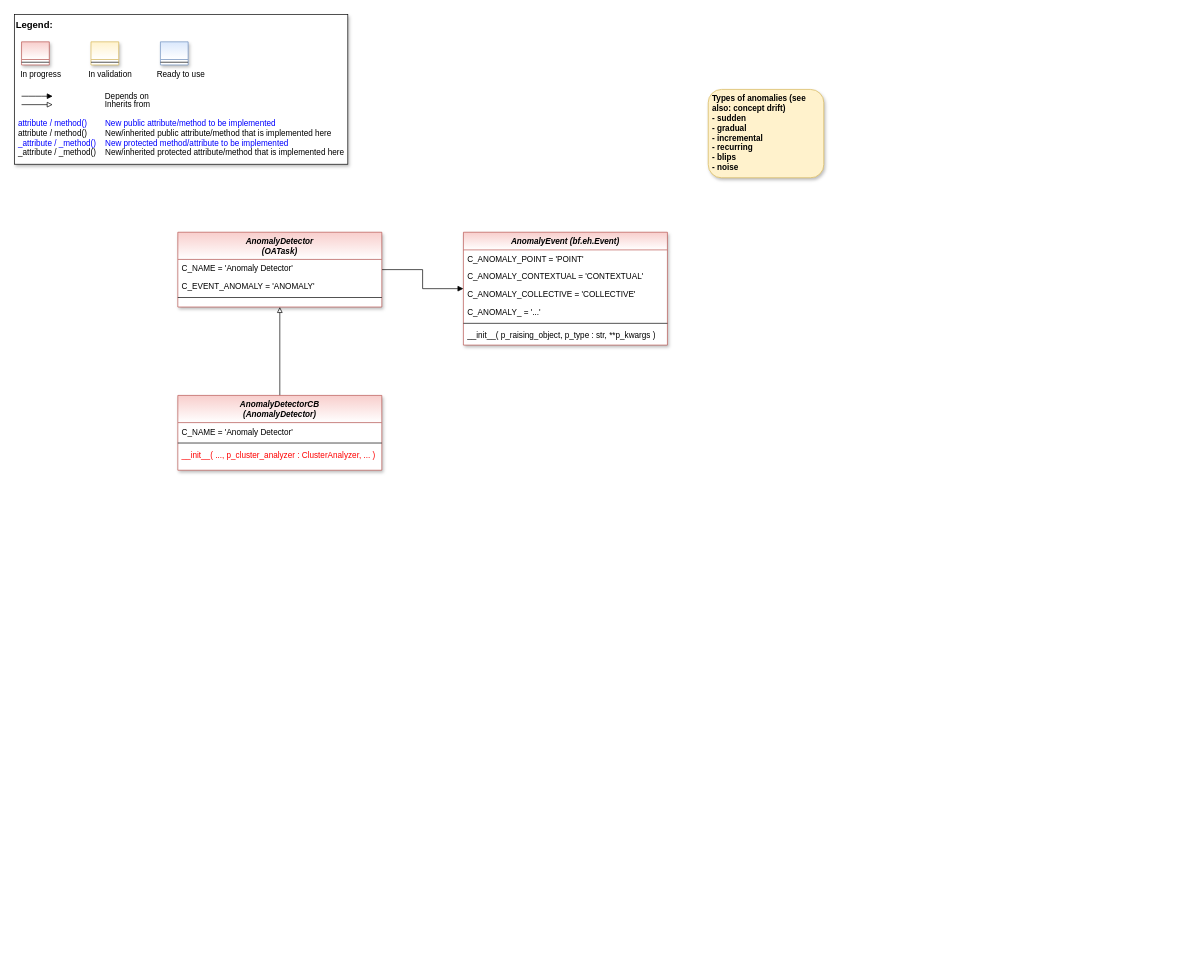
Above: doc/rtd/content/04_appendices/appendix2/sub/core/mlpro_oa/streams/tasks/images/MLPro-OA_Anomaly_Detectors_class_diagram.drawio in fhswf/MLPro (draw.io), before the change. Source tidied: cells renumbered, new cells numbered last; positions are measured from the earlier drawing's top-left corner, leaving out a move shared by most shapes. Both pictures are drawn from the tidied source at 68%, with x=0, y=0 at pixel (14, 14).
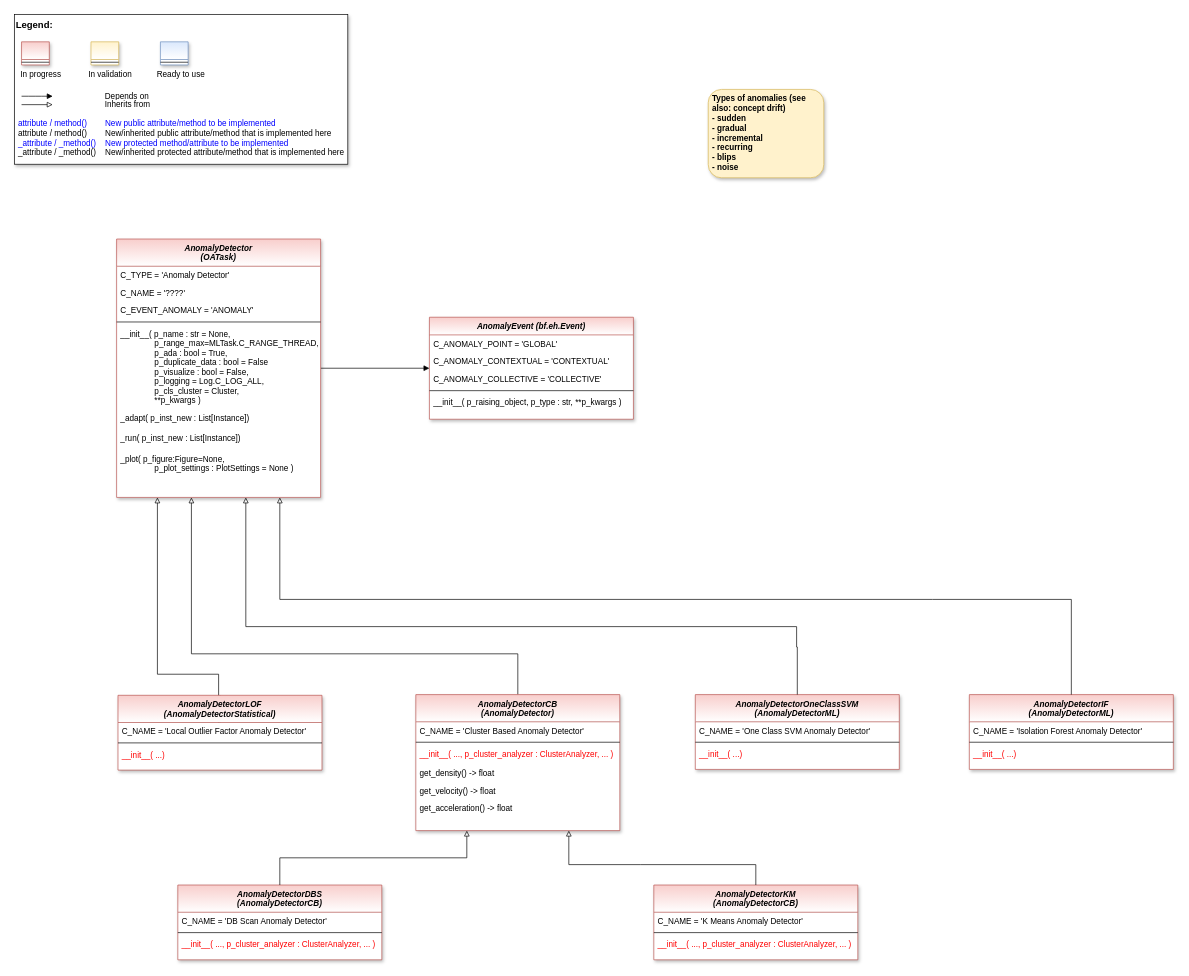
The same diagram, later.

Commit message (it also covers changes not shown here):
OA-Task: AnomalyDetector #520

What changed in the source:
```diff
@@
+    <mxCell id="29" value="Types of anomalies (see also: concept drift)&lt;br&gt;- sudden&lt;br&gt;- gradual&lt;br&gt;- incremental&lt;br&gt;- recurring&amp;nbsp;&lt;br&gt;- blips&lt;br&gt;- noise" style="rounded=1;whiteSpace=wrap;html=1;shadow=1;fillColor=#fff2cc;strokeColor=#d6b656;fontStyle=1;align=left;verticalAlign=top;spacingLeft=4;" parent="1" vertex="1">
+      <mxGeometry x="1020" y="110" width="170" height="130" as="geometry" />
+    </mxCell>
@@
     <mxCell id="13" value="AnomalyDetector&#10;(OATask)" style="swimlane;fontStyle=3;align=center;verticalAlign=top;horizontal=1;startSize=40;rounded=0;shadow=1;strokeWidth=1;fillColor=#f8cecc;strokeColor=#b85450;swimlaneFillColor=#ffffff;gradientColor=#ffffff;" parent="1" vertex="1">
-      <mxGeometry x="240" y="320" width="300" height="110" as="geometry" />
+      <mxGeometry x="150" y="330" width="300" height="380" as="geometry" />
     </mxCell>
-    <mxCell id="14" value="C_NAME = 'Anomaly Detector'" style="text;align=left;verticalAlign=top;spacingLeft=4;spacingRight=4;overflow=hidden;fontColor=default;" parent="13" vertex="1">
-      <mxGeometry y="40" width="300" height="26" as="geometry" />
-    </mxCell>
+    <mxCell id="30" value="C_TYPE = 'Anomaly Detector'" style="text;align=left;verticalAlign=top;spacingLeft=4;spacingRight=4;overflow=hidden;fontColor=default;" parent="13" vertex="1">
+      <mxGeometry y="40" width="300" height="26" as="geometry" />
+    </mxCell>
+    <mxCell id="31" value="C_NAME = '????'" style="text;align=left;verticalAlign=top;spacingLeft=4;spacingRight=4;overflow=hidden;fontColor=default;" parent="13" vertex="1">
+      <mxGeometry y="66" width="300" height="26" as="geometry" />
+    </mxCell>
     <mxCell id="15" value="C_EVENT_ANOMALY = 'ANOMALY'" style="text;align=left;verticalAlign=top;spacingLeft=4;spacingRight=4;overflow=hidden;fontColor=default;" parent="13" vertex="1">
-      <mxGeometry y="66" width="300" height="26" as="geometry" />
+      <mxGeometry y="92" width="300" height="26" as="geometry" />
     </mxCell>
-    <mxCell id="16" style="line;html=1;strokeWidth=1;align=left;verticalAlign=middle;spacingTop=-1;spacingLeft=3;spacingRight=3;labelPosition=right;" parent="13" vertex="1">
-      <mxGeometry y="92" width="300" height="8" as="geometry" />
-    </mxCell>
+    <mxCell id="32" style="line;html=1;strokeWidth=1;align=left;verticalAlign=middle;spacingTop=-1;spacingLeft=3;spacingRight=3;labelPosition=right;" parent="13" vertex="1">
+      <mxGeometry y="118" width="300" height="8" as="geometry" />
+    </mxCell>
+    <mxCell id="33" value="__init__( p_name : str = None,&#10;               p_range_max=MLTask.C_RANGE_THREAD,&#10;               p_ada : bool = True,&#10;               p_duplicate_data : bool = False&#10;               p_visualize : bool = False,&#10;               p_logging = Log.C_LOG_ALL,&#10;               p_cls_cluster = Cluster,&#10;               **p_kwargs )" style="text;align=left;verticalAlign=top;spacingLeft=4;spacingRight=4;overflow=hidden;fontColor=default;" parent="13" vertex="1">
+      <mxGeometry y="126" width="300" height="124" as="geometry" />
+    </mxCell>
+    <mxCell id="34" value="_adapt( p_inst_new : List[Instance])" style="text;align=left;verticalAlign=top;spacingLeft=4;spacingRight=4;overflow=hidden;shadow=1;" parent="13" vertex="1">
+      <mxGeometry y="250" width="300" height="30" as="geometry" />
+    </mxCell>
+    <mxCell id="35" value="_run( p_inst_new : List[Instance])" style="text;align=left;verticalAlign=top;spacingLeft=4;spacingRight=4;overflow=hidden;shadow=1;" parent="13" vertex="1">
+      <mxGeometry y="280" width="300" height="30" as="geometry" />
+    </mxCell>
+    <mxCell id="36" value="_plot( p_figure:Figure=None, &#10;               p_plot_settings : PlotSettings = None )" style="text;align=left;verticalAlign=top;spacingLeft=4;spacingRight=4;overflow=hidden;fontColor=default;" parent="13" vertex="1">
+      <mxGeometry y="310" width="300" height="40" as="geometry" />
+    </mxCell>
     <mxCell id="17" value="AnomalyEvent (bf.eh.Event)" style="swimlane;fontStyle=3;align=center;verticalAlign=top;horizontal=1;startSize=26;rounded=0;shadow=1;strokeWidth=1;fillColor=#f8cecc;strokeColor=#b85450;swimlaneFillColor=#ffffff;gradientColor=#ffffff;" parent="1" vertex="1">
-      <mxGeometry x="660" y="320" width="300" height="166" as="geometry" />
+      <mxGeometry x="610" y="445" width="300" height="150" as="geometry" />
     </mxCell>
-    <mxCell id="18" value="C_ANOMALY_POINT = 'POINT'" style="text;align=left;verticalAlign=top;spacingLeft=4;spacingRight=4;overflow=hidden;fontColor=default;" parent="17" vertex="1">
-      <mxGeometry y="26" width="300" height="26" as="geometry" />
-    </mxCell>
+    <mxCell id="37" value="C_ANOMALY_POINT = 'GLOBAL'" style="text;align=left;verticalAlign=top;spacingLeft=4;spacingRight=4;overflow=hidden;fontColor=default;" parent="17" vertex="1">
+      <mxGeometry y="26" width="300" height="26" as="geometry" />
+    </mxCell>
@@
-    <mxCell id="21" value="C_ANOMALY_ = '...'" style="text;align=left;verticalAlign=top;spacingLeft=4;spacingRight=4;overflow=hidden;fontColor=default;" parent="17" vertex="1">
-      <mxGeometry y="104" width="300" height="26" as="geometry" />
-    </mxCell>
-    <mxCell id="22" style="line;html=1;strokeWidth=1;align=left;verticalAlign=middle;spacingTop=-1;spacingLeft=3;spacingRight=3;labelPosition=right;" parent="17" vertex="1">
-      <mxGeometry y="130" width="300" height="8" as="geometry" />
-    </mxCell>
+    <mxCell id="38" style="line;html=1;strokeWidth=1;align=left;verticalAlign=middle;spacingTop=-1;spacingLeft=3;spacingRight=3;labelPosition=right;" parent="17" vertex="1">
+      <mxGeometry y="104" width="300" height="8" as="geometry" />
+    </mxCell>
     <mxCell id="23" value="__init__( p_raising_object, p_type : str, **p_kwargs )" style="text;align=left;verticalAlign=top;spacingLeft=4;spacingRight=4;overflow=hidden;" parent="17" vertex="1">
-      <mxGeometry y="138" width="300" height="28" as="geometry" />
+      <mxGeometry y="112" width="300" height="28" as="geometry" />
     </mxCell>
-    <mxCell id="24" style="edgeStyle=orthogonalEdgeStyle;rounded=0;jettySize=auto;html=1;fontColor=#0000FF;endArrow=block;endFill=0;" parent="1" edge="1" source="25" target="13">
-      <mxGeometry relative="1" as="geometry" />
-    </mxCell>
+    <mxCell id="39" style="edgeStyle=orthogonalEdgeStyle;rounded=0;jettySize=auto;html=1;fontColor=#0000FF;endArrow=block;endFill=0;exitX=0.5;exitY=0;exitDx=0;exitDy=0;" parent="1" edge="1" source="25">
+      <mxGeometry relative="1" as="geometry">
+        <mxPoint x="260" y="710" as="targetPoint" />
+        <Array as="points">
+          <mxPoint x="740" y="940" />
+          <mxPoint x="260" y="940" />
+        </Array>
+      </mxGeometry>
+    </mxCell>
     <mxCell id="25" value="AnomalyDetectorCB &#10;(AnomalyDetector)" style="swimlane;fontStyle=3;align=center;verticalAlign=top;horizontal=1;startSize=40;rounded=0;shadow=1;strokeWidth=1;fillColor=#f8cecc;strokeColor=#b85450;swimlaneFillColor=#ffffff;gradientColor=#ffffff;" parent="1" vertex="1">
-      <mxGeometry x="240" y="560" width="300" height="110" as="geometry" />
+      <mxGeometry x="590" y="1000" width="300" height="200" as="geometry" />
     </mxCell>
-    <mxCell id="26" value="C_NAME = 'Anomaly Detector'" style="text;align=left;verticalAlign=top;spacingLeft=4;spacingRight=4;overflow=hidden;fontColor=default;" parent="25" vertex="1">
-      <mxGeometry y="40" width="300" height="26" as="geometry" />
-    </mxCell>
-    <mxCell id="27" style="line;html=1;strokeWidth=1;align=left;verticalAlign=middle;spacingTop=-1;spacingLeft=3;spacingRight=3;labelPosition=right;" parent="25" vertex="1">
-      <mxGeometry y="66" width="300" height="8" as="geometry" />
-    </mxCell>
-    <mxCell id="28" value="__init__( ..., p_cluster_analyzer : ClusterAnalyzer, ... )" style="text;align=left;verticalAlign=top;spacingLeft=4;spacingRight=4;overflow=hidden;fontColor=#FF0000;" parent="25" vertex="1">
-      <mxGeometry y="74" width="300" height="28" as="geometry" />
-    </mxCell>
-    <mxCell id="29" value="Types of anomalies (see also: concept drift)&lt;br&gt;- sudden&lt;br&gt;- gradual&lt;br&gt;- incremental&lt;br&gt;- recurring&amp;nbsp;&lt;br&gt;- blips&lt;br&gt;- noise" style="rounded=1;whiteSpace=wrap;html=1;shadow=1;fillColor=#fff2cc;strokeColor=#d6b656;fontStyle=1;align=left;verticalAlign=top;spacingLeft=4;" parent="1" vertex="1">
-      <mxGeometry x="1020" y="110" width="170" height="130" as="geometry" />
-    </mxCell>
+    <mxCell id="40" value="C_NAME = 'Cluster Based Anomaly Detector'" style="text;align=left;verticalAlign=top;spacingLeft=4;spacingRight=4;overflow=hidden;fontColor=default;" parent="25" vertex="1">
+      <mxGeometry y="40" width="300" height="26" as="geometry" />
+    </mxCell>
+    <mxCell id="41" style="line;html=1;strokeWidth=1;align=left;verticalAlign=middle;spacingTop=-1;spacingLeft=3;spacingRight=3;labelPosition=right;" parent="25" vertex="1">
+      <mxGeometry y="66" width="300" height="8" as="geometry" />
+    </mxCell>
+    <mxCell id="42" value="__init__( ..., p_cluster_analyzer : ClusterAnalyzer, ... )" style="text;align=left;verticalAlign=top;spacingLeft=4;spacingRight=4;overflow=hidden;fontColor=#FF0000;" parent="25" vertex="1">
+      <mxGeometry y="74" width="300" height="28" as="geometry" />
+    </mxCell>
+    <mxCell id="43" value="get_density() -&gt; float" style="text;align=left;verticalAlign=top;spacingLeft=4;spacingRight=4;overflow=hidden;shadow=1;" parent="25" vertex="1">
+      <mxGeometry y="102" width="300" height="26" as="geometry" />
+    </mxCell>
+    <mxCell id="44" value="get_velocity() -&gt; float" style="text;align=left;verticalAlign=top;spacingLeft=4;spacingRight=4;overflow=hidden;shadow=1;" parent="25" vertex="1">
+      <mxGeometry y="128" width="300" height="26" as="geometry" />
+    </mxCell>
+    <mxCell id="45" value="get_acceleration() -&gt; float" style="text;align=left;verticalAlign=top;spacingLeft=4;spacingRight=4;overflow=hidden;shadow=1;" parent="25" vertex="1">
+      <mxGeometry y="154" width="300" height="28" as="geometry" />
+    </mxCell>
+    <mxCell id="46" style="edgeStyle=orthogonalEdgeStyle;rounded=0;jettySize=auto;html=1;fontColor=#0000FF;endArrow=block;endFill=0;exitX=0.5;exitY=0;exitDx=0;exitDy=0;" parent="1" edge="1" source="63">
+      <mxGeometry relative="1" as="geometry">
+        <mxPoint x="210" y="710" as="targetPoint" />
+        <Array as="points">
+          <mxPoint x="300" y="1070" />
+          <mxPoint x="300" y="970" />
+          <mxPoint x="210" y="970" />
+        </Array>
+      </mxGeometry>
+    </mxCell>
+    <mxCell id="47" value="AnomalyDetectorOneClassSVM&#10;(AnomalyDetectorML)" style="swimlane;fontStyle=3;align=center;verticalAlign=top;horizontal=1;startSize=40;rounded=0;shadow=1;strokeWidth=1;fillColor=#f8cecc;strokeColor=#b85450;swimlaneFillColor=#ffffff;gradientColor=#ffffff;" parent="1" vertex="1">
+      <mxGeometry x="1001" y="1000" width="300" height="110" as="geometry" />
+    </mxCell>
+    <mxCell id="48" value="C_NAME = 'One Class SVM Anomaly Detector'" style="text;align=left;verticalAlign=top;spacingLeft=4;spacingRight=4;overflow=hidden;fontColor=default;" parent="47" vertex="1">
+      <mxGeometry y="40" width="300" height="26" as="geometry" />
+    </mxCell>
+    <mxCell id="49" style="line;html=1;strokeWidth=1;align=left;verticalAlign=middle;spacingTop=-1;spacingLeft=3;spacingRight=3;labelPosition=right;" parent="47" vertex="1">
+      <mxGeometry y="66" width="300" height="8" as="geometry" />
+    </mxCell>
+    <mxCell id="50" value="__init__( ...)" style="text;align=left;verticalAlign=top;spacingLeft=4;spacingRight=4;overflow=hidden;fontColor=#FF0000;" parent="47" vertex="1">
+      <mxGeometry y="74" width="300" height="28" as="geometry" />
+    </mxCell>
+    <mxCell id="51" value="AnomalyDetectorIF&#10;(AnomalyDetectorML)" style="swimlane;fontStyle=3;align=center;verticalAlign=top;horizontal=1;startSize=40;rounded=0;shadow=1;strokeWidth=1;fillColor=#f8cecc;strokeColor=#b85450;swimlaneFillColor=#ffffff;gradientColor=#ffffff;" parent="1" vertex="1">
+      <mxGeometry x="1404" y="1000" width="300" height="110" as="geometry" />
+    </mxCell>
+    <mxCell id="52" value="C_NAME = 'Isolation Forest Anomaly Detector'" style="text;align=left;verticalAlign=top;spacingLeft=4;spacingRight=4;overflow=hidden;fontColor=default;" parent="51" vertex="1">
+      <mxGeometry y="40" width="300" height="26" as="geometry" />
+    </mxCell>
+    <mxCell id="53" style="line;html=1;strokeWidth=1;align=left;verticalAlign=middle;spacingTop=-1;spacingLeft=3;spacingRight=3;labelPosition=right;" parent="51" vertex="1">
+      <mxGeometry y="66" width="300" height="8" as="geometry" />
+    </mxCell>
+    <mxCell id="54" value="__init__( ...)" style="text;align=left;verticalAlign=top;spacingLeft=4;spacingRight=4;overflow=hidden;fontColor=#FF0000;" parent="51" vertex="1">
+      <mxGeometry y="74" width="300" height="28" as="geometry" />
+    </mxCell>
+    <mxCell id="55" value="AnomalyDetectorDBS&#10;(AnomalyDetectorCB)" style="swimlane;fontStyle=3;align=center;verticalAlign=top;horizontal=1;startSize=40;rounded=0;shadow=1;strokeWidth=1;fillColor=#f8cecc;strokeColor=#b85450;swimlaneFillColor=#ffffff;gradientColor=#ffffff;" parent="1" vertex="1">
+      <mxGeometry x="240" y="1280" width="300" height="110" as="geometry" />
+    </mxCell>
+    <mxCell id="56" value="C_NAME = 'DB Scan Anomaly Detector'" style="text;align=left;verticalAlign=top;spacingLeft=4;spacingRight=4;overflow=hidden;fontColor=default;" parent="55" vertex="1">
+      <mxGeometry y="40" width="300" height="26" as="geometry" />
+    </mxCell>
+    <mxCell id="57" style="line;html=1;strokeWidth=1;align=left;verticalAlign=middle;spacingTop=-1;spacingLeft=3;spacingRight=3;labelPosition=right;" parent="55" vertex="1">
+      <mxGeometry y="66" width="300" height="8" as="geometry" />
+    </mxCell>
+    <mxCell id="58" value="__init__( ..., p_cluster_analyzer : ClusterAnalyzer, ... )" style="text;align=left;verticalAlign=top;spacingLeft=4;spacingRight=4;overflow=hidden;fontColor=#FF0000;" parent="55" vertex="1">
+      <mxGeometry y="74" width="300" height="28" as="geometry" />
+    </mxCell>
+    <mxCell id="59" value="AnomalyDetectorKM&#10;(AnomalyDetectorCB)" style="swimlane;fontStyle=3;align=center;verticalAlign=top;horizontal=1;startSize=40;rounded=0;shadow=1;strokeWidth=1;fillColor=#f8cecc;strokeColor=#b85450;swimlaneFillColor=#ffffff;gradientColor=#ffffff;" parent="1" vertex="1">
+      <mxGeometry x="940" y="1280" width="300" height="110" as="geometry" />
+    </mxCell>
+    <mxCell id="60" value="C_NAME = 'K Means Anomaly Detector'" style="text;align=left;verticalAlign=top;spacingLeft=4;spacingRight=4;overflow=hidden;fontColor=default;" parent="59" vertex="1">
+      <mxGeometry y="40" width="300" height="26" as="geometry" />
+    </mxCell>
+    <mxCell id="61" style="line;html=1;strokeWidth=1;align=left;verticalAlign=middle;spacingTop=-1;spacingLeft=3;spacingRight=3;labelPosition=right;" parent="59" vertex="1">
+      <mxGeometry y="66" width="300" height="8" as="geometry" />
+    </mxCell>
+    <mxCell id="62" value="__init__( ..., p_cluster_analyzer : ClusterAnalyzer, ... )" style="text;align=left;verticalAlign=top;spacingLeft=4;spacingRight=4;overflow=hidden;fontColor=#FF0000;" parent="59" vertex="1">
+      <mxGeometry y="74" width="300" height="28" as="geometry" />
+    </mxCell>
+    <mxCell id="63" value="AnomalyDetectorLOF&#10;(AnomalyDetectorStatistical)" style="swimlane;fontStyle=3;align=center;verticalAlign=top;horizontal=1;startSize=40;rounded=0;shadow=1;strokeWidth=1;fillColor=#f8cecc;strokeColor=#b85450;swimlaneFillColor=#ffffff;gradientColor=#ffffff;" parent="1" vertex="1">
+      <mxGeometry x="152" y="1001" width="300" height="110" as="geometry" />
+    </mxCell>
+    <mxCell id="64" value="C_NAME = 'Local Outlier Factor Anomaly Detector'" style="text;align=left;verticalAlign=top;spacingLeft=4;spacingRight=4;overflow=hidden;fontColor=default;" parent="63" vertex="1">
+      <mxGeometry y="40" width="300" height="26" as="geometry" />
+    </mxCell>
+    <mxCell id="65" style="line;html=1;strokeWidth=1;align=left;verticalAlign=middle;spacingTop=-1;spacingLeft=3;spacingRight=3;labelPosition=right;" parent="63" vertex="1">
+      <mxGeometry y="66" width="300" height="8" as="geometry" />
+    </mxCell>
+    <mxCell id="66" value="__init__( ...)" style="text;align=left;verticalAlign=top;spacingLeft=4;spacingRight=4;overflow=hidden;fontColor=#FF0000;" parent="63" vertex="1">
+      <mxGeometry y="74" width="300" height="28" as="geometry" />
+    </mxCell>
+    <mxCell id="67" style="edgeStyle=orthogonalEdgeStyle;rounded=0;jettySize=auto;html=1;fontColor=#0000FF;endArrow=block;endFill=0;exitX=0.5;exitY=0;exitDx=0;exitDy=0;" parent="1" edge="1" source="47">
+      <mxGeometry relative="1" as="geometry">
+        <mxPoint x="340" y="710" as="targetPoint" />
+        <Array as="points">
+          <mxPoint x="1151" y="930" />
+          <mxPoint x="1150" y="930" />
+          <mxPoint x="1150" y="900" />
+          <mxPoint x="340" y="900" />
+        </Array>
+      </mxGeometry>
+    </mxCell>
+    <mxCell id="68" style="edgeStyle=orthogonalEdgeStyle;rounded=0;jettySize=auto;html=1;fontColor=#0000FF;endArrow=block;endFill=0;exitX=0.5;exitY=0;exitDx=0;exitDy=0;entryX=0.25;entryY=1;entryDx=0;entryDy=0;" parent="1" edge="1" source="55" target="25">
+      <mxGeometry relative="1" as="geometry">
+        <Array as="points">
+          <mxPoint x="390" y="1240" />
+          <mxPoint x="665" y="1240" />
+        </Array>
+      </mxGeometry>
+    </mxCell>
+    <mxCell id="69" style="edgeStyle=orthogonalEdgeStyle;rounded=0;jettySize=auto;html=1;fontColor=#0000FF;endArrow=block;endFill=0;exitX=0.5;exitY=0;exitDx=0;exitDy=0;entryX=0.75;entryY=1;entryDx=0;entryDy=0;" parent="1" edge="1" source="59" target="25">
+      <mxGeometry relative="1" as="geometry">
+        <Array as="points">
+          <mxPoint x="1090" y="1250" />
+          <mxPoint x="920" y="1250" />
+          <mxPoint x="920" y="1250" />
+          <mxPoint x="815" y="1250" />
+        </Array>
+      </mxGeometry>
+    </mxCell>
+    <mxCell id="70" style="edgeStyle=orthogonalEdgeStyle;rounded=0;jettySize=auto;html=1;fontColor=#0000FF;endArrow=block;endFill=0;exitX=0.5;exitY=0;exitDx=0;exitDy=0;" parent="1" edge="1" source="51">
+      <mxGeometry relative="1" as="geometry">
+        <mxPoint x="390" y="710" as="targetPoint" />
+        <Array as="points">
+          <mxPoint x="1554" y="860" />
+          <mxPoint x="1350" y="860" />
+          <mxPoint x="1350" y="860" />
+          <mxPoint x="390" y="860" />
+        </Array>
+      </mxGeometry>
+    </mxCell>
```
